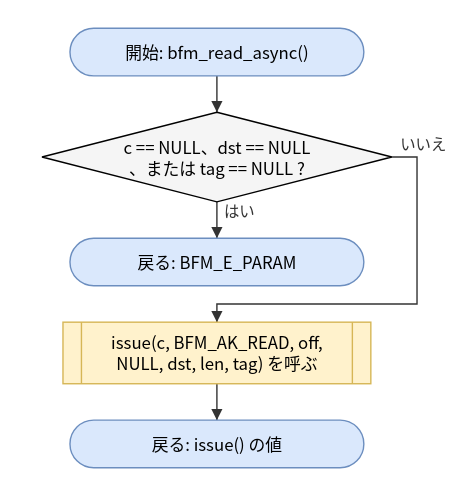
hf355051012-ai/bfmem keeps this draw.io diagram as doc/spec/images/flow_src_bfm_async-bfm_read_async.drawio.svg. Above is the earlier version. Source tidied: cells renumbered, new cells last; positions are measured from the earlier drawing's top-left corner, leaving out a move shared by most shapes.
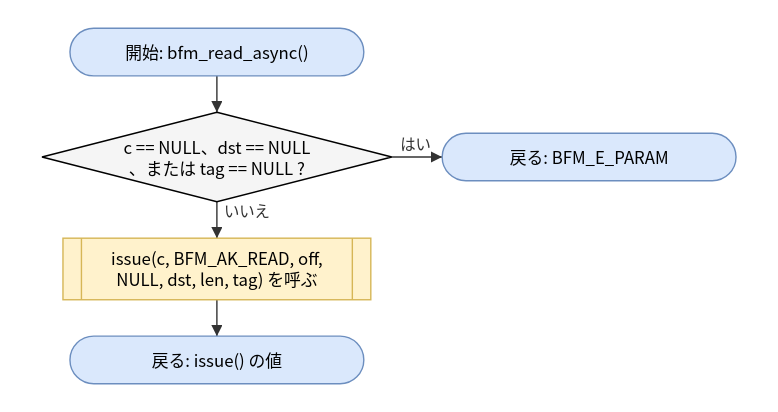
The same diagram one commit later.

The edit, as a diff of the source:
```diff
@@ -9,28 +9,22 @@
       <mxGeometry y="60" width="250" height="64" as="geometry" />
     </mxCell>
     <mxCell id="4" value="戻る: BFM_E_PARAM" style="rounded=1;arcSize=50;whiteSpace=wrap;html=1;fillColor=#dae8fc;strokeColor=#6c8ebf;" parent="1" vertex="1">
-      <mxGeometry x="20" y="150" width="210" height="34" as="geometry" />
+      <mxGeometry x="286" y="75" width="210" height="34" as="geometry" />
     </mxCell>
     <mxCell id="5" value="issue(c, BFM_AK_READ, off,&lt;br&gt;NULL, dst, len, tag) を呼ぶ" style="shape=process;whiteSpace=wrap;html=1;backgroundOutline=1;size=0.06;fillColor=#fff2cc;strokeColor=#d6b656;" parent="1" vertex="1">
-      <mxGeometry x="15" y="210" width="220" height="44" as="geometry" />
+      <mxGeometry x="15" y="150" width="220" height="44" as="geometry" />
     </mxCell>
     <mxCell id="6" value="戻る: issue() の値" style="rounded=1;arcSize=50;whiteSpace=wrap;html=1;fillColor=#dae8fc;strokeColor=#6c8ebf;" parent="1" vertex="1">
-      <mxGeometry x="20" y="280" width="210" height="34" as="geometry" />
+      <mxGeometry x="20" y="220" width="210" height="34" as="geometry" />
     </mxCell>
     <mxCell id="7" style="edgeStyle=none;html=1;rounded=0;endArrow=block;endFill=1;exitX=0.5000;exitY=1.0000;exitDx=0;exitDy=0;exitPerimeter=0;entryX=0.5000;entryY=0.0000;entryDx=0;entryDy=0;entryPerimeter=0;" parent="1" edge="1" source="2" target="3">
       <mxGeometry relative="1" as="geometry" />
     </mxCell>
-    <mxCell id="8" value="はい" style="edgeStyle=none;html=1;rounded=0;endArrow=block;endFill=1;exitX=0.5000;exitY=1.0000;exitDx=0;exitDy=0;exitPerimeter=0;entryX=0.5000;entryY=0.0000;entryDx=0;entryDy=0;entryPerimeter=0;" parent="1" edge="1" source="3" target="4">
+    <mxCell id="8" value="はい" style="edgeStyle=none;html=1;rounded=0;endArrow=block;endFill=1;exitX=1.0000;exitY=0.5000;exitDx=0;exitDy=0;exitPerimeter=0;entryX=0.0000;entryY=0.5000;entryDx=0;entryDy=0;entryPerimeter=0;" parent="1" edge="1" source="3" target="4">
       <mxGeometry relative="1" as="geometry" />
     </mxCell>
-    <mxCell id="9" value="いいえ" style="edgeStyle=none;html=1;rounded=0;endArrow=block;endFill=1;exitX=1.0000;exitY=0.5000;exitDx=0;exitDy=0;exitPerimeter=0;entryX=0.5000;entryY=0.0000;entryDx=0;entryDy=0;entryPerimeter=0;" parent="1" edge="1" source="3" target="5">
-      <mxGeometry relative="1" as="geometry">
-        <Array as="points">
-          <mxPoint x="268" y="92" />
-          <mxPoint x="268" y="197" />
-          <mxPoint x="125" y="197" />
-        </Array>
-      </mxGeometry>
+    <mxCell id="9" value="いいえ" style="edgeStyle=none;html=1;rounded=0;endArrow=block;endFill=1;exitX=0.5000;exitY=1.0000;exitDx=0;exitDy=0;exitPerimeter=0;entryX=0.5000;entryY=0.0000;entryDx=0;entryDy=0;entryPerimeter=0;" parent="1" edge="1" source="3" target="5">
+      <mxGeometry relative="1" as="geometry" />
     </mxCell>
     <mxCell id="10" style="edgeStyle=none;html=1;rounded=0;endArrow=block;endFill=1;exitX=0.5000;exitY=1.0000;exitDx=0;exitDy=0;exitPerimeter=0;entryX=0.5000;entryY=0.0000;entryDx=0;entryDy=0;entryPerimeter=0;" parent="1" edge="1" source="5" target="6">
       <mxGeometry relative="1" as="geometry" />
```
